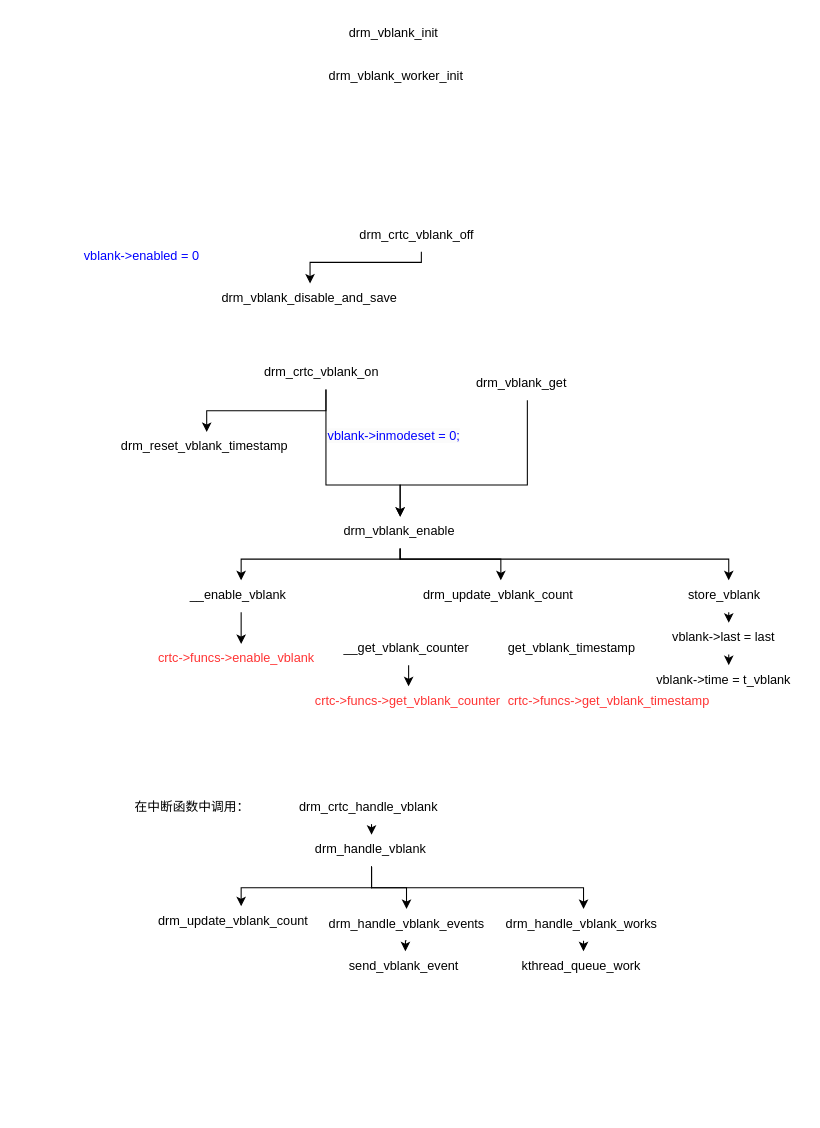
YC-Xiang/draw.io keeps this draw.io diagram as vblank.drawio. Above is the earlier version. Source tidied: cells renumbered, new cells numbered last; positions are measured from the earlier drawing's top-left corner, leaving out a move shared by most shapes. Both pictures are drawn from the tidied source at 106%, with x=0, y=0 at pixel (82, 18).
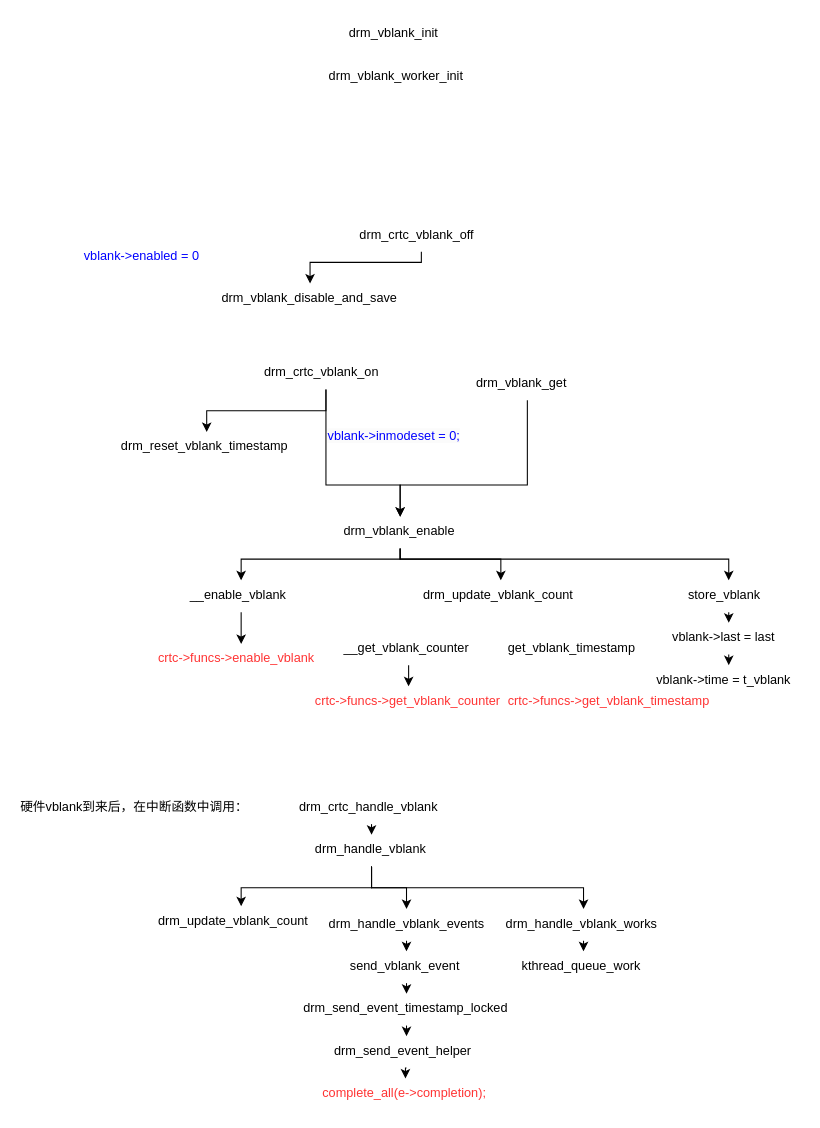
The same page after the edit.

Diff of the diagram source:
```diff
@@
-    <mxCell id="37" value="在中断函数中调用：" style="text;whiteSpace=wrap;html=1;" parent="1" vertex="1">
-      <mxGeometry x="47.5" y="730" width="140" height="30" as="geometry" />
+    <mxCell id="37" value="硬件vblank到来后，在中断函数中调用：" style="text;whiteSpace=wrap;html=1;" parent="1" vertex="1">
+      <mxGeometry x="-60" y="730" width="220" height="30" as="geometry" />
     </mxCell>
@@
+    <mxCell id="47" style="edgeStyle=orthogonalEdgeStyle;rounded=0;jettySize=auto;html=1;exitX=0.5;exitY=1;exitDx=0;exitDy=0;entryX=0.5;entryY=0;entryDx=0;entryDy=0;" parent="1" edge="1" source="44" target="49">
+      <mxGeometry relative="1" as="geometry" />
+    </mxCell>
     <mxCell id="44" value="send_vblank_event" style="text;whiteSpace=wrap;html=1;" parent="1" vertex="1">
-      <mxGeometry x="250" y="880" width="110" height="30" as="geometry" />
+      <mxGeometry x="251" y="880" width="110" height="30" as="geometry" />
     </mxCell>
@@
+    <mxCell id="48" style="edgeStyle=orthogonalEdgeStyle;rounded=0;jettySize=auto;html=1;exitX=0.5;exitY=1;exitDx=0;exitDy=0;entryX=0.5;entryY=0;entryDx=0;entryDy=0;" parent="1" edge="1" source="49" target="51">
+      <mxGeometry relative="1" as="geometry" />
+    </mxCell>
+    <mxCell id="49" value="drm_send_event_timestamp_locked" style="text;whiteSpace=wrap;html=1;" parent="1" vertex="1">
+      <mxGeometry x="206.5" y="920" width="199" height="30" as="geometry" />
+    </mxCell>
+    <mxCell id="50" style="edgeStyle=orthogonalEdgeStyle;rounded=0;jettySize=auto;html=1;exitX=0.5;exitY=1;exitDx=0;exitDy=0;entryX=0.5;entryY=0;entryDx=0;entryDy=0;" parent="1" edge="1" source="51" target="52">
+      <mxGeometry relative="1" as="geometry" />
+    </mxCell>
+    <mxCell id="51" value="drm_send_event_helper" style="text;whiteSpace=wrap;html=1;" parent="1" vertex="1">
+      <mxGeometry x="236" y="960" width="140" height="30" as="geometry" />
+    </mxCell>
+    <mxCell id="52" value="&lt;font color=&quot;#ff3333&quot;&gt;complete_all(e-&amp;gt;completion);&lt;/font&gt;" style="text;whiteSpace=wrap;html=1;" parent="1" vertex="1">
+      <mxGeometry x="225" y="1000" width="160" height="30" as="geometry" />
+    </mxCell>
```
